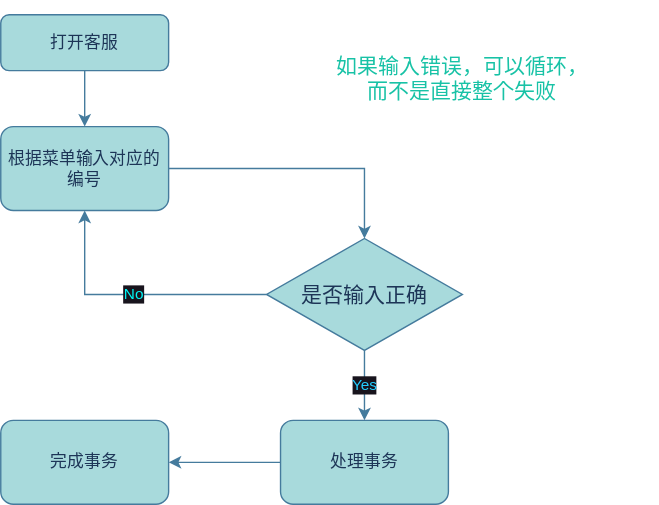
This is docs/01-计算机与IT技术/01-比特就业课/03-LangChain&LangGraph-AI应用开发框架精品课/01-LangChain-AI应用开发框架精品课/images/LangChain与LangGraph介绍-LangChain有哪些问题-LangGraph客服逻辑.drawio.svg from wunamor/my-blogs, a draw.io export, as it was before one commit. Source tidied: cells renumbered, new cells last; positions are measured from the earlier drawing's top-left corner, leaving out a move shared by most shapes. Source of this version:
```xml
<mxGraphModel>
  <root>
    <mxCell id="0" />
    <mxCell id="1" parent="0" />
    <mxCell id="2" style="edgeStyle=orthogonalEdgeStyle;rounded=0;jettySize=auto;html=1;labelBackgroundColor=none;strokeColor=#457B9D;fontColor=default;" parent="1" edge="1" source="3" target="5">
      <mxGeometry relative="1" as="geometry" />
    </mxCell>
    <mxCell id="3" value="打开客服" style="rounded=1;whiteSpace=wrap;html=1;fontSize=12;glass=0;strokeWidth=1;shadow=0;labelBackgroundColor=none;fillColor=#A8DADC;strokeColor=#457B9D;fontColor=#1D3557;" parent="1" vertex="1">
      <mxGeometry y="10" width="120" height="40" as="geometry" />
    </mxCell>
    <mxCell id="4" style="edgeStyle=orthogonalEdgeStyle;rounded=0;jettySize=auto;html=1;entryX=0.5;entryY=0;entryDx=0;entryDy=0;strokeColor=#457B9D;fontColor=#1D3557;fillColor=#A8DADC;" parent="1" edge="1" source="5" target="12">
      <mxGeometry relative="1" as="geometry" />
    </mxCell>
    <mxCell id="5" value="根据菜单输入对应的编号" style="rounded=1;whiteSpace=wrap;html=1;fontSize=12;glass=0;strokeWidth=1;shadow=0;labelBackgroundColor=none;fillColor=#A8DADC;strokeColor=#457B9D;fontColor=#1D3557;" parent="1" vertex="1">
      <mxGeometry y="90" width="120" height="60" as="geometry" />
    </mxCell>
    <mxCell id="6" style="edgeStyle=orthogonalEdgeStyle;rounded=0;jettySize=auto;html=1;labelBackgroundColor=none;strokeColor=#457B9D;fontColor=default;" parent="1" edge="1" source="7" target="8">
      <mxGeometry relative="1" as="geometry" />
    </mxCell>
    <mxCell id="7" value="处理事务" style="rounded=1;whiteSpace=wrap;html=1;labelBackgroundColor=none;fillColor=#A8DADC;strokeColor=#457B9D;fontColor=#1D3557;" parent="1" vertex="1">
      <mxGeometry x="200" y="300" width="120" height="60" as="geometry" />
    </mxCell>
    <mxCell id="8" value="完成事务" style="rounded=1;whiteSpace=wrap;html=1;fontSize=12;glass=0;strokeWidth=1;shadow=0;labelBackgroundColor=none;fillColor=#A8DADC;strokeColor=#457B9D;fontColor=#1D3557;" parent="1" vertex="1">
      <mxGeometry y="300" width="120" height="60" as="geometry" />
    </mxCell>
    <mxCell id="9" value="&lt;span style=&quot;color: rgb(24, 194, 166); font-size: 15px;&quot;&gt;如果输入错误，可以循环，&lt;/span&gt;&lt;div&gt;&lt;span style=&quot;color: rgb(24, 194, 166); font-size: 15px;&quot;&gt;而不是直接整个失败&lt;/span&gt;&lt;/div&gt;" style="text;html=1;align=center;verticalAlign=middle;whiteSpace=wrap;rounded=0;fontColor=#1D3557;" parent="1" vertex="1">
      <mxGeometry x="190" width="280" height="110" as="geometry" />
    </mxCell>
    <mxCell id="10" value="&lt;font color=&quot;#23cdff&quot;&gt;Yes&lt;/font&gt;" style="edgeStyle=orthogonalEdgeStyle;rounded=0;jettySize=auto;html=1;strokeColor=#457B9D;fontColor=#1D3557;fillColor=#A8DADC;" parent="1" edge="1" source="12" target="7">
      <mxGeometry relative="1" as="geometry" />
    </mxCell>
    <mxCell id="11" value="&lt;font color=&quot;#00f7f7&quot;&gt;No&lt;/font&gt;" style="edgeStyle=orthogonalEdgeStyle;rounded=0;jettySize=auto;html=1;entryX=0.5;entryY=1;entryDx=0;entryDy=0;strokeColor=#457B9D;fontColor=#1D3557;fillColor=#A8DADC;" parent="1" edge="1" source="12" target="5">
      <mxGeometry relative="1" as="geometry" />
    </mxCell>
    <mxCell id="12" value="是否输入正确" style="rhombus;whiteSpace=wrap;html=1;strokeColor=#457B9D;fontColor=#1D3557;fillColor=#A8DADC;fontSize=15;" parent="1" vertex="1">
      <mxGeometry x="190" y="170" width="140" height="80" as="geometry" />
    </mxCell>
  </root>
</mxGraphModel>
```
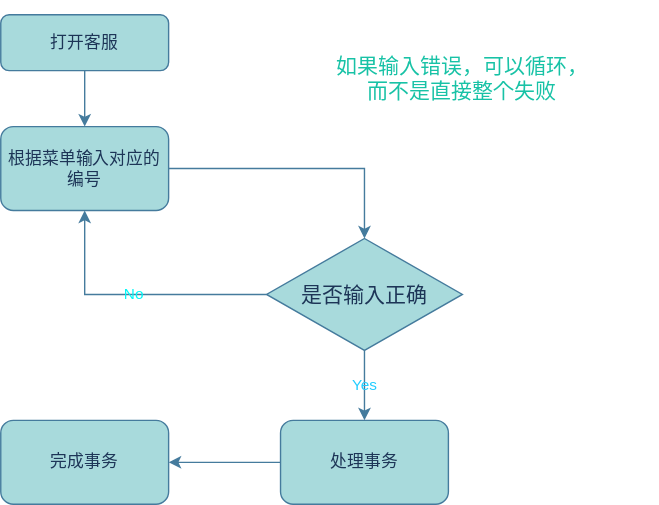
The same file after the commit.

Commit message:
svg 背景更新样式+修改svg LangGraph矢量图

Diff of the diagram source:
```diff
@@ -26,10 +26,10 @@
     <mxCell id="9" value="&lt;span style=&quot;color: rgb(24, 194, 166); font-size: 15px;&quot;&gt;如果输入错误，可以循环，&lt;/span&gt;&lt;div&gt;&lt;span style=&quot;color: rgb(24, 194, 166); font-size: 15px;&quot;&gt;而不是直接整个失败&lt;/span&gt;&lt;/div&gt;" style="text;html=1;align=center;verticalAlign=middle;whiteSpace=wrap;rounded=0;fontColor=#1D3557;" parent="1" vertex="1">
       <mxGeometry x="190" width="280" height="110" as="geometry" />
     </mxCell>
-    <mxCell id="10" value="&lt;font color=&quot;#23cdff&quot;&gt;Yes&lt;/font&gt;" style="edgeStyle=orthogonalEdgeStyle;rounded=0;jettySize=auto;html=1;strokeColor=#457B9D;fontColor=#1D3557;fillColor=#A8DADC;" parent="1" edge="1" source="12" target="7">
+    <mxCell id="10" value="&lt;font color=&quot;#23cdff&quot;&gt;Yes&lt;/font&gt;" style="edgeStyle=orthogonalEdgeStyle;rounded=0;jettySize=auto;html=1;strokeColor=#457B9D;fontColor=#1D3557;fillColor=#A8DADC;labelBackgroundColor=none;" parent="1" edge="1" source="12" target="7">
       <mxGeometry relative="1" as="geometry" />
     </mxCell>
-    <mxCell id="11" value="&lt;font color=&quot;#00f7f7&quot;&gt;No&lt;/font&gt;" style="edgeStyle=orthogonalEdgeStyle;rounded=0;jettySize=auto;html=1;entryX=0.5;entryY=1;entryDx=0;entryDy=0;strokeColor=#457B9D;fontColor=#1D3557;fillColor=#A8DADC;" parent="1" edge="1" source="12" target="5">
+    <mxCell id="11" value="&lt;font color=&quot;#00f7f7&quot;&gt;No&lt;/font&gt;" style="edgeStyle=orthogonalEdgeStyle;rounded=0;jettySize=auto;html=1;entryX=0.5;entryY=1;entryDx=0;entryDy=0;strokeColor=#457B9D;fontColor=#1D3557;fillColor=#A8DADC;labelBackgroundColor=none;" parent="1" edge="1" source="12" target="5">
       <mxGeometry relative="1" as="geometry" />
     </mxCell>
     <mxCell id="12" value="是否输入正确" style="rhombus;whiteSpace=wrap;html=1;strokeColor=#457B9D;fontColor=#1D3557;fillColor=#A8DADC;fontSize=15;" parent="1" vertex="1">
```
